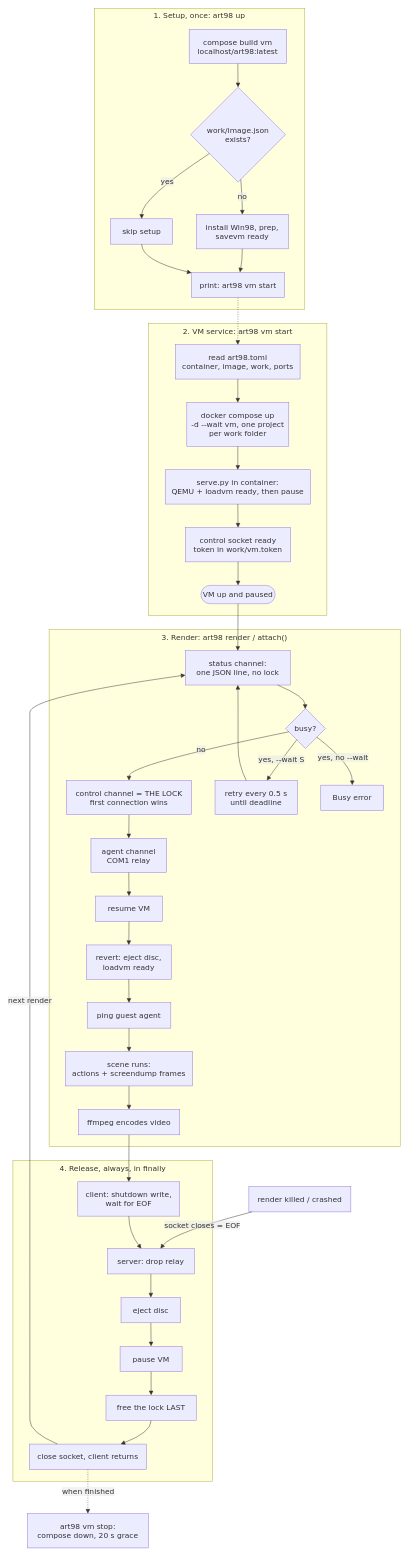
Earlier version of the draw.io diagram docs/diagrams/vm-service-flow.drawio (StanLukuvka/98artware). Source tidied: cells renumbered, new cells numbered last; positions are measured from the earlier drawing's top-left corner, leaving out a move shared by most shapes. Both pictures are drawn from the tidied source at 47%, with x=0, y=0 at pixel (13, 8).
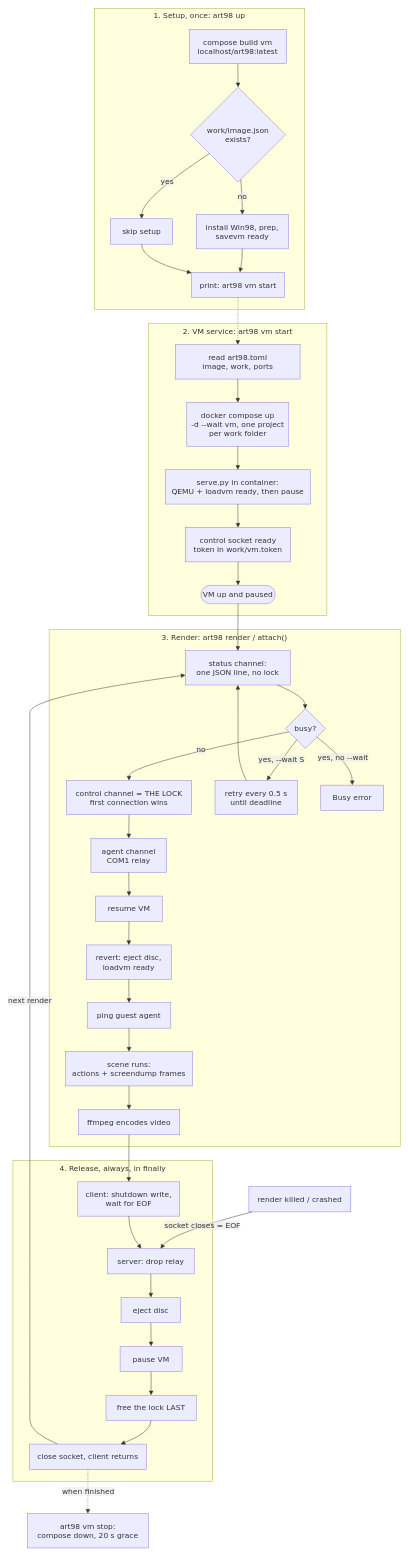
The same diagram, later.

Unchanged cells that the change refers to:
```xml
<mxCell id="13" value="2. VM service: art98 vm start" style="html=1;whiteSpace=wrap;strokeWidth=1;verticalAlign=top;fillColor=light-dark(#ffffde,#1f2020);strokeColor=light-dark(#aaaa33,#cccccc);fontColor=light-dark(#333333,#cccccc);fontFamily=Trebuchet MS,Verdana,Arial,sans-serif;fontSize=16;" parent="1" vertex="1">
  <mxGeometry x="289" y="671" width="379" height="621" as="geometry" />
</mxCell>
```

Change to the diagram source:
```diff
@@
-    <mxCell id="14" value="read art98.toml&#10;container, image, work, ports" style="html=1;whiteSpace=wrap;strokeWidth=1;fillColor=light-dark(#ECECFF,#1f2020);strokeColor=light-dark(#9370DB,#cccccc);fontColor=light-dark(#333333,#cccccc);fontFamily=Trebuchet MS,Verdana,Arial,sans-serif;fontSize=16;" parent="13" vertex="1">
+    <mxCell id="14" value="read art98.toml&#10;image, work, ports" style="html=1;whiteSpace=wrap;strokeWidth=1;fillColor=light-dark(#ECECFF,#1f2020);strokeColor=light-dark(#9370DB,#cccccc);fontColor=light-dark(#333333,#cccccc);fontFamily=Trebuchet MS,Verdana,Arial,sans-serif;fontSize=16;" parent="13" vertex="1">
       <mxGeometry x="57" y="45" width="265" height="73" as="geometry" />
     </mxCell>
```
